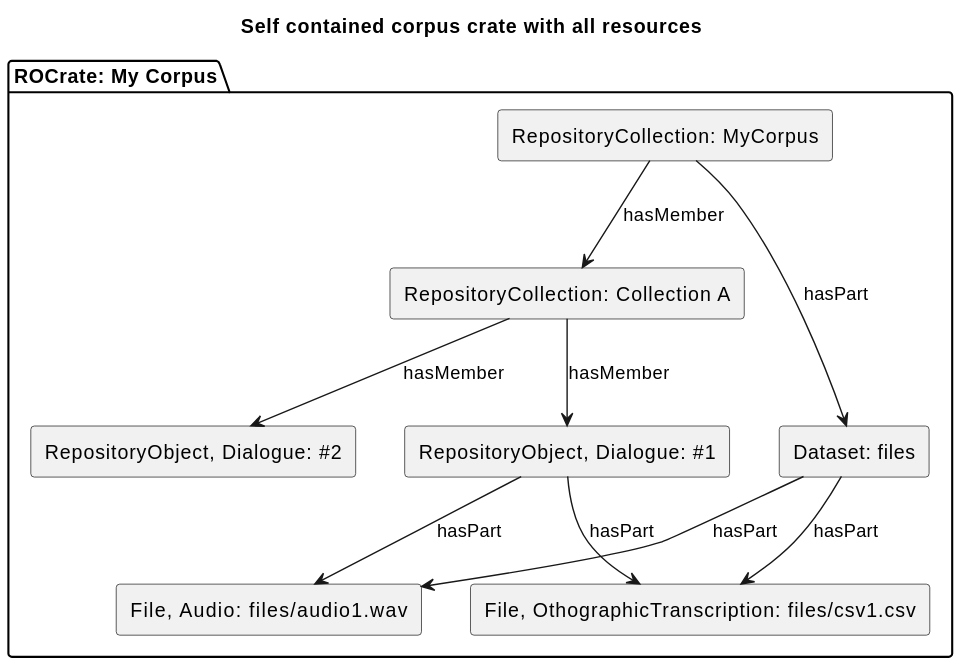
Language-Research-Technology/ldac-profile keeps this PlantUML diagram as profile/media/bundled-crate.svg. Above is the earlier version. The source it was exported from:
```plantuml
@startuml
title: Self contained corpus crate with all resources
package "ROCrate: My Corpus" {
   rectangle "RepositoryCollection: MyCorpus" as cc {

   }
   rectangle "RepositoryObject, Dialogue: #1" as o1 {

   }
   rectangle "RepositoryObject, Dialogue: #2" as o2 {

   }
   rectangle "File, Audio:  files/audio1.wav" as a1
   rectangle "File, OthographicTranscription: files/csv1.csv" as csv1
   rectangle "Dataset: files" as files



   rectangle "RepositoryCollection: Collection A" as c2 {

   }
   cc -down-> c2 : hasMember

   c2 -down-> o1 : hasMember
   c2 -down-> o2 : hasMember

   o1 -down-> a1 : hasPart
   o1 -down-> csv1 : hasPart


   cc -down-> files : hasPart
   files -down-> csv1 : hasPart
   files -down-> a1 : hasPart


}

@enduml
```
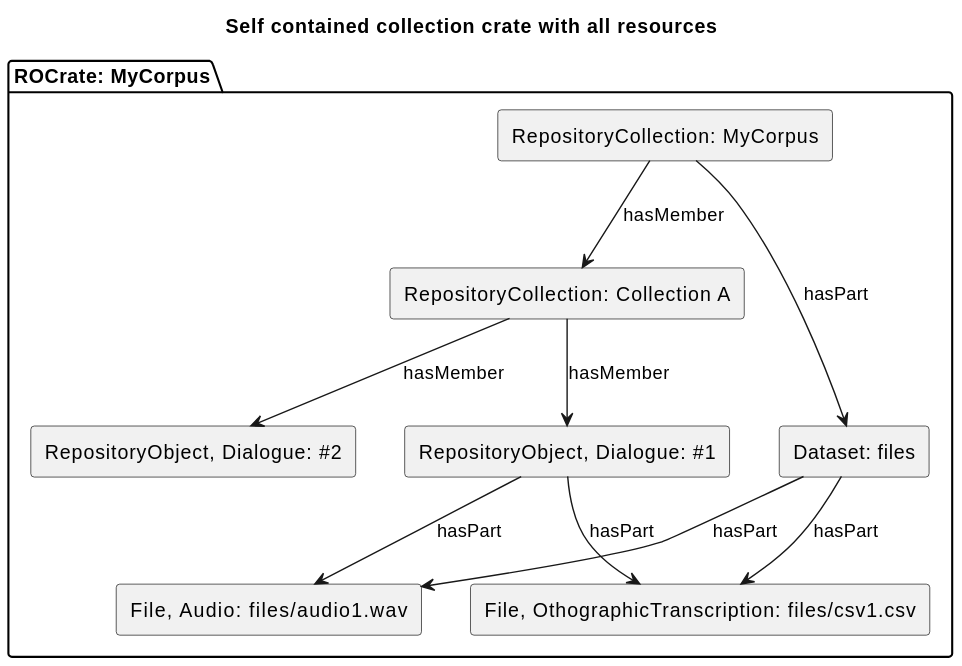
After the change.

The edit, as a diff of the source:
```diff
@@ -1,6 +1,6 @@
 @startuml
-title: Self contained corpus crate with all resources
-package "ROCrate: My Corpus" {
+title: Self contained collection crate with all resources
+package "ROCrate: MyCorpus" {
    rectangle "RepositoryCollection: MyCorpus" as cc {
 
    }
```
